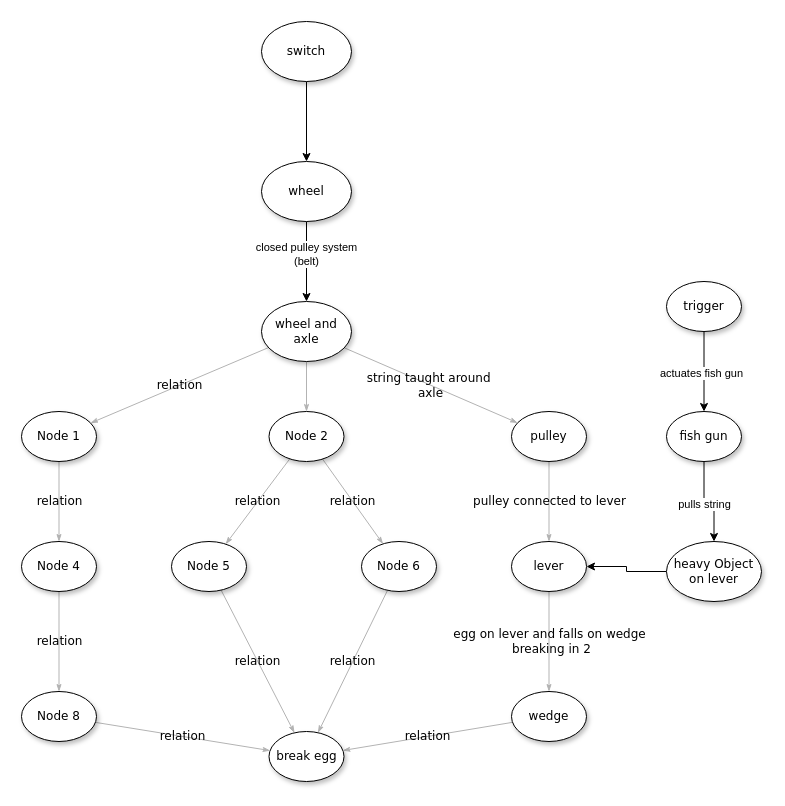
Above: rubegoldberg.drawio in PaulaMaged/MakingThingsMove (draw.io), before the change. Source tidied: cells renumbered, new cells numbered last; positions are measured from the earlier drawing's top-left corner, leaving out a move shared by most shapes. Both pictures are drawn from the tidied source at 100%, with x=0, y=0 at pixel (21, 21).
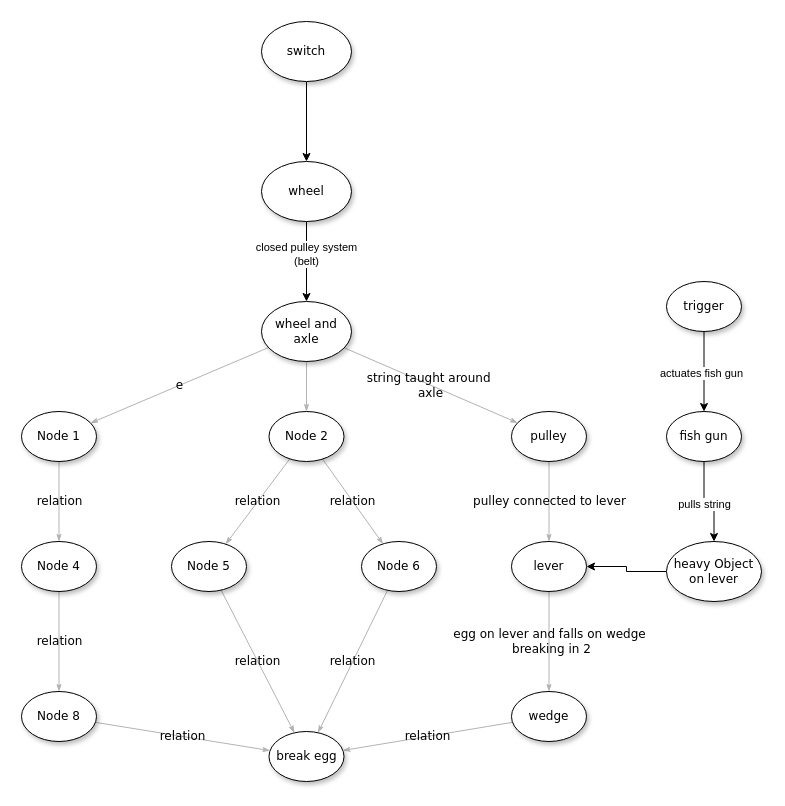
The same page after the edit.

Commit message:
brainstorming steps

Unchanged cells that the change refers to:
```xml
<mxCell id="7" value="wheel and axle" style="ellipse;whiteSpace=wrap;html=1;rounded=0;shadow=1;comic=0;labelBackgroundColor=none;strokeWidth=1;fontFamily=Verdana;fontSize=12;align=center;" parent="1" vertex="1">
  <mxGeometry x="240" y="280" width="90" height="60" as="geometry" />
</mxCell>
<mxCell id="24" value="Node 1" style="ellipse;whiteSpace=wrap;html=1;rounded=0;shadow=1;comic=0;labelBackgroundColor=none;strokeWidth=1;fontFamily=Verdana;fontSize=12;align=center;" parent="1" vertex="1">
  <mxGeometry y="390" width="75" height="50" as="geometry" />
</mxCell>
```

Change to the diagram source:
```diff
@@
-    <mxCell id="3" value="relation" style="edgeStyle=none;rounded=1;html=1;labelBackgroundColor=none;startArrow=none;startFill=0;startSize=5;endArrow=classicThin;endFill=1;endSize=5;jettySize=auto;strokeColor=#B3B3B3;strokeWidth=1;fontFamily=Verdana;fontSize=12;" parent="1" edge="1" source="7" target="24">
+    <mxCell id="3" value="e" style="edgeStyle=none;rounded=1;html=1;labelBackgroundColor=none;startArrow=none;startFill=0;startSize=5;endArrow=classicThin;endFill=1;endSize=5;jettySize=auto;strokeColor=#B3B3B3;strokeWidth=1;fontFamily=Verdana;fontSize=12;" parent="1" edge="1" source="7" target="24">
       <mxGeometry relative="1" as="geometry" />
     </mxCell>
```
